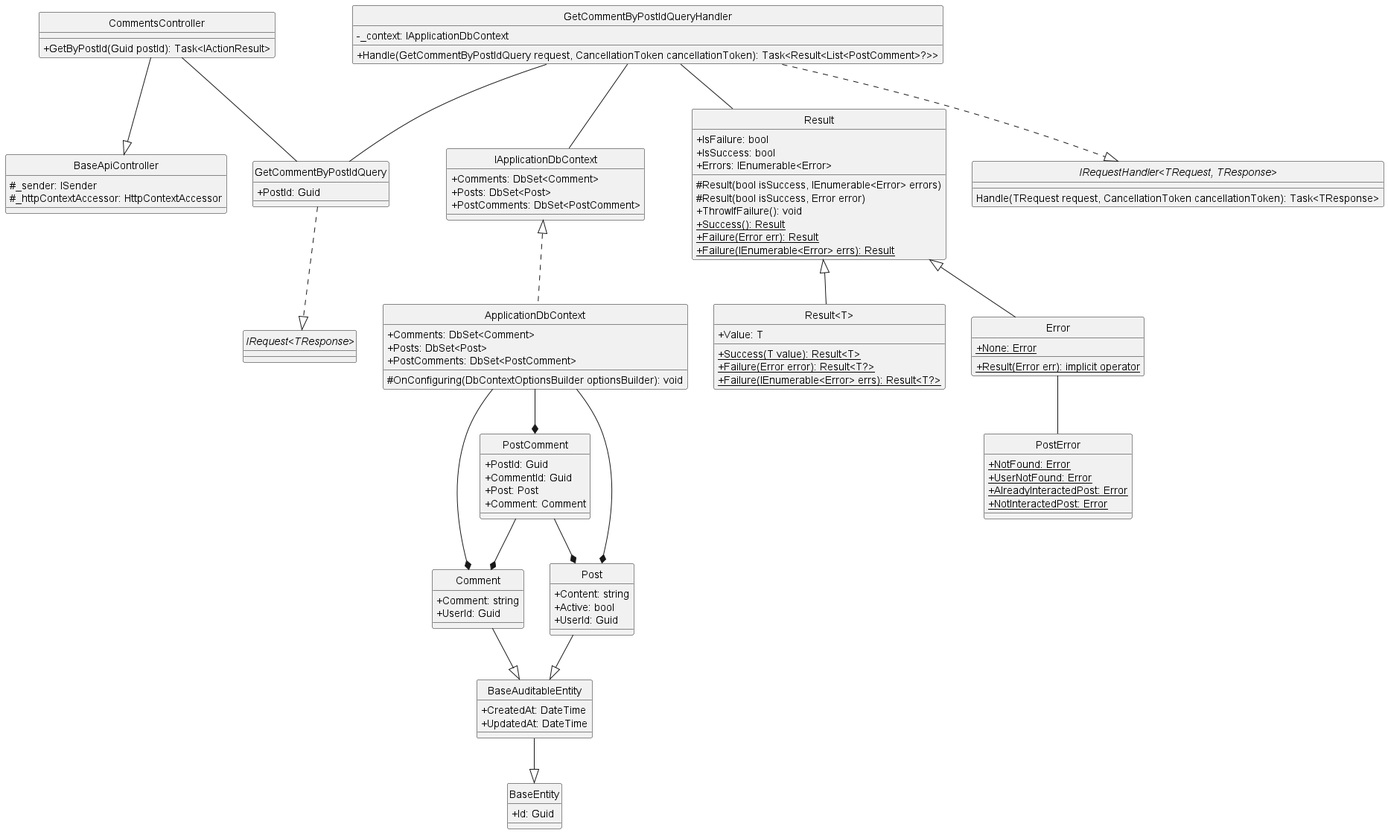
Carl-Johnsons/Chat-Application keeps this PlantUML diagram as docs/Class Diagram/Post/Comment/GetCommentByPostId/ClassDiagram/GetCommentByPostId.png. Above is the earlier version. The source it was exported from:
```plantuml
@startuml GetCommentByPostId
hide circle
skinparam classAttributeIconSize 0

class BaseApiController {
    #_sender: ISender
    #_httpContextAccessor: HttpContextAccessor
}

class CommentsController {
    +GetByPostId(Guid postId): Task<IActionResult>
}

class GetCommentByPostIdQuery {
    +PostId: Guid
}

class GetCommentByPostIdQueryHandler {
    -_context: IApplicationDbContext
    +Handle(GetCommentByPostIdQuery request, CancellationToken cancellationToken): Task<Result<List<PostComment>?>>
}

class IApplicationDbContext {
    +Comments: DbSet<Comment>
    +Posts: DbSet<Post>
    +PostComments: DbSet<PostComment>
}

class ApplicationDbContext {
    +Comments: DbSet<Comment>
    +Posts: DbSet<Post>
    +PostComments: DbSet<PostComment>
    #OnConfiguring(DbContextOptionsBuilder optionsBuilder): void
}

class Result {
    +IsFailure: bool
    +IsSuccess: bool
    +Errors: IEnumerable<Error>
    #Result(bool isSuccess, IEnumerable<Error> errors)
    #Result(bool isSuccess, Error error)
    +ThrowIfFailure(): void
    +{static} Success(): Result
    +{static} Failure(Error err): Result
    +{static} Failure(IEnumerable<Error> errs): Result
}

class "Result<T>" {
    +Value: T
    +{static} Success(T value): Result<T>
    +{static} Failure(Error error): Result<T?>
    +{static} Failure(IEnumerable<Error> errs): Result<T?>
}

class Error {
    +{static} None: Error
    +{static} Result(Error err): implicit operator
}

class PostError {
    +{static} NotFound: Error
    +{static} UserNotFound: Error
    +{static} AlreadyInteractedPost: Error
    +{static} NotInteractedPost: Error
}

class BaseEntity {
    +Id: Guid
}

class BaseAuditableEntity{
    +CreatedAt: DateTime
    +UpdatedAt: DateTime
}

class Comment {
    +Comment: string
    +UserId: Guid
}

class PostComment {
    +PostId: Guid
    +CommentId: Guid
    +Post: Post
    +Comment: Comment
}

class Post {
    +Content: string
    +Active: bool
    +UserId: Guid
}
interface "IRequest<TResponse>"
interface "IRequestHandler<TRequest, TResponse>"{
    Handle(TRequest request, CancellationToken cancellationToken): Task<TResponse>
}

CommentsController --|> BaseApiController
CommentsController -- GetCommentByPostIdQuery
GetCommentByPostIdQuery ..|> "IRequest<TResponse>"
GetCommentByPostIdQueryHandler ..|> "IRequestHandler<TRequest, TResponse>"
GetCommentByPostIdQueryHandler -- GetCommentByPostIdQuery
GetCommentByPostIdQueryHandler -- Result
GetCommentByPostIdQueryHandler -- IApplicationDbContext
Result <|-- Error
Result <|-- "Result<T>"
Error -- PostError
Comment --|> BaseAuditableEntity
Post --|> BaseAuditableEntity
BaseAuditableEntity --|> BaseEntity
PostComment --* Post
PostComment --* Comment
IApplicationDbContext <|.. ApplicationDbContext
ApplicationDbContext --* Comment
ApplicationDbContext --* PostComment
ApplicationDbContext --* Post
@enduml
```
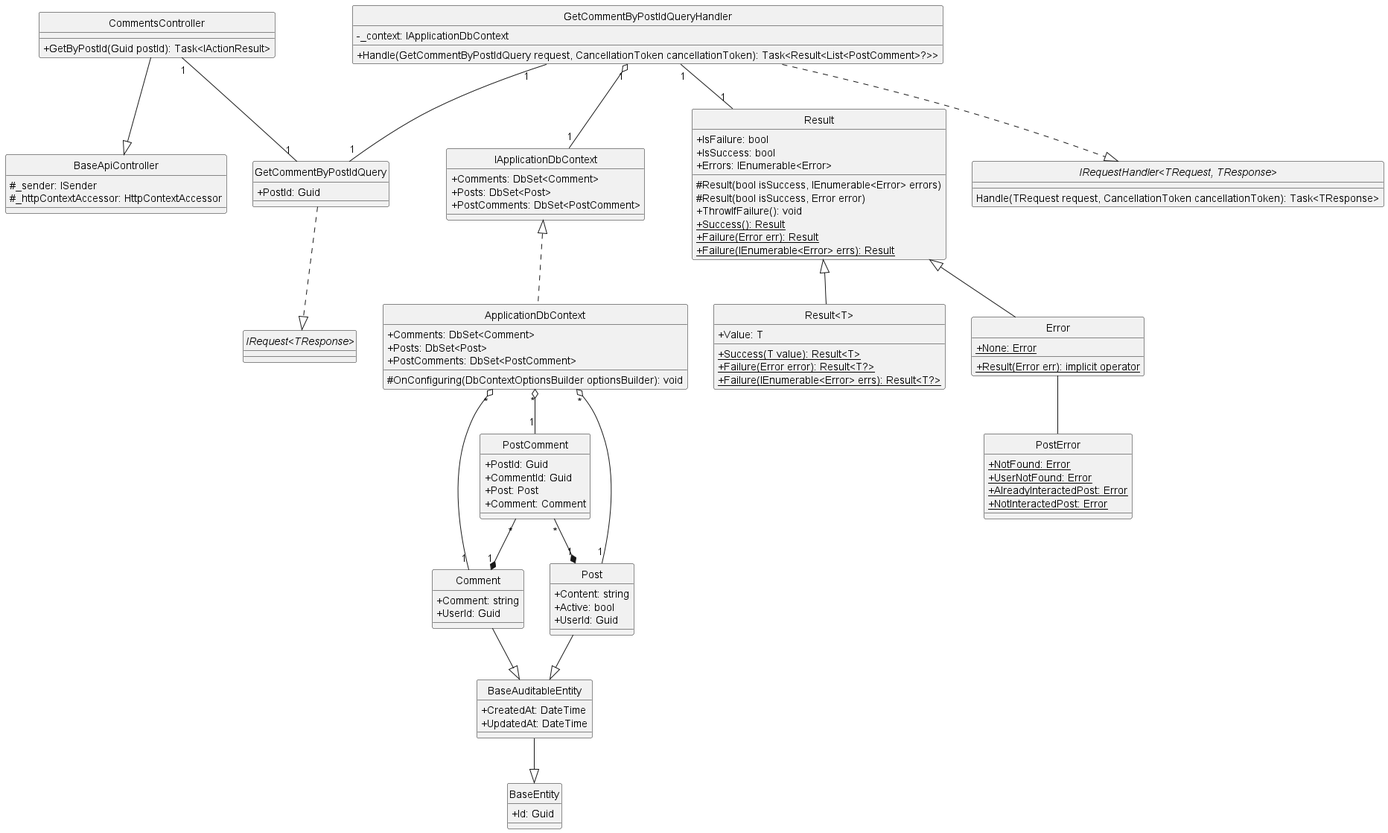
After the commit.

What changed in the source:
```diff
@@ -96,22 +96,22 @@
 }
 
 CommentsController --|> BaseApiController
-CommentsController -- GetCommentByPostIdQuery
+CommentsController "1"--"1" GetCommentByPostIdQuery
 GetCommentByPostIdQuery ..|> "IRequest<TResponse>"
 GetCommentByPostIdQueryHandler ..|> "IRequestHandler<TRequest, TResponse>"
-GetCommentByPostIdQueryHandler -- GetCommentByPostIdQuery
-GetCommentByPostIdQueryHandler -- Result
-GetCommentByPostIdQueryHandler -- IApplicationDbContext
+GetCommentByPostIdQueryHandler "1"--"1" GetCommentByPostIdQuery
+GetCommentByPostIdQueryHandler "1"--"1" Result
+GetCommentByPostIdQueryHandler "1" o--"1" IApplicationDbContext
 Result <|-- Error
 Result <|-- "Result<T>"
 Error -- PostError
 Comment --|> BaseAuditableEntity
 Post --|> BaseAuditableEntity
 BaseAuditableEntity --|> BaseEntity
-PostComment --* Post
-PostComment --* Comment
+PostComment "*"--*"1" Post
+PostComment "*"--*"1" Comment
 IApplicationDbContext <|.. ApplicationDbContext
-ApplicationDbContext --* Comment
-ApplicationDbContext --* PostComment
-ApplicationDbContext --* Post
+ApplicationDbContext "*" o--"1" Comment
+ApplicationDbContext "*" o--"1" PostComment
+ApplicationDbContext "*" o--"1" Post
 @enduml
```
